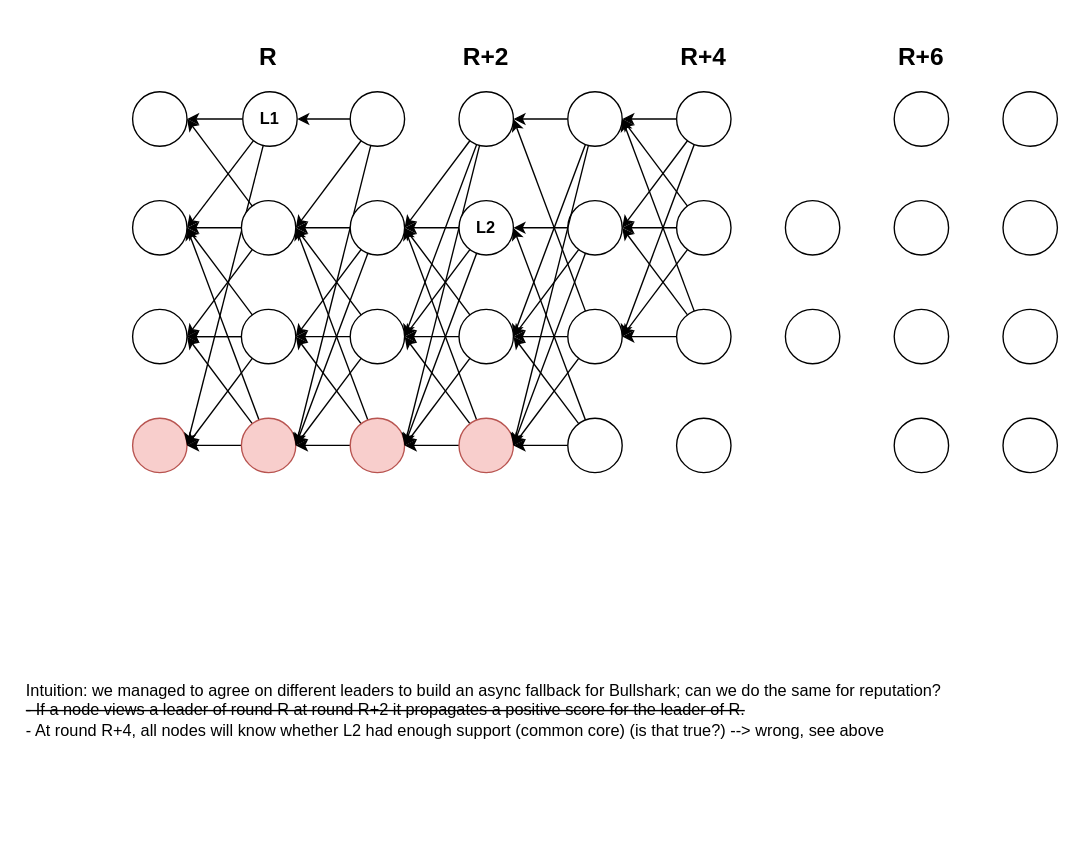
Above: dag.drawio in asonnino/various-diagrams (draw.io), before the change. Source tidied: cells renumbered, new cells numbered last; positions are measured from the earlier drawing's top-left corner, leaving out a move shared by most shapes. Both pictures are drawn from the tidied source at 136%, with x=0, y=0 at pixel (23, 37).
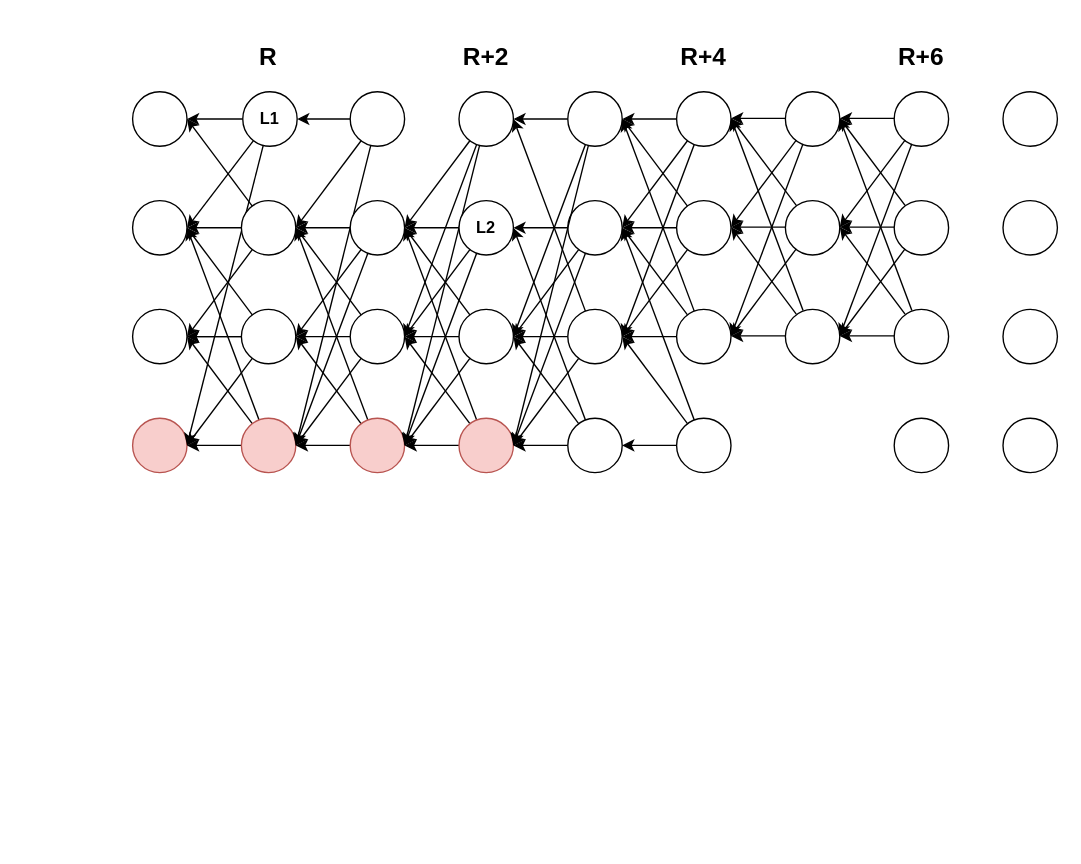
The same page after the edit.

Unchanged cells that the change refers to:
```xml
<mxCell id="46" value="&lt;b&gt;L2&lt;/b&gt;" style="ellipse;whiteSpace=wrap;html=1;" parent="1" vertex="1">
  <mxGeometry x="320" y="120" width="40" height="40" as="geometry" />
</mxCell>
<mxCell id="58" style="ellipse;whiteSpace=wrap;html=1;" parent="1" vertex="1">
  <mxGeometry x="400" y="120" width="40" height="40" as="geometry" />
</mxCell>
<mxCell id="62" style="ellipse;whiteSpace=wrap;html=1;" parent="1" vertex="1">
  <mxGeometry x="400" y="200" width="40" height="40" as="geometry" />
</mxCell>
<mxCell id="78" style="ellipse;whiteSpace=wrap;html=1;" parent="1" vertex="1">
  <mxGeometry x="400" y="280" width="40" height="40" as="geometry" />
</mxCell>
<mxCell id="85" style="ellipse;whiteSpace=wrap;html=1;" parent="1" vertex="1">
  <mxGeometry x="480" y="280" width="40" height="40" as="geometry" />
</mxCell>
```

What changed in the source:
```diff
@@
-    <mxCell id="55" style="edgeStyle=none;rounded=0;jettySize=auto;html=1;entryX=1;entryY=0.5;entryDx=0;entryDy=0;" parent="1" edge="1" source="58" target="46">
-      <mxGeometry relative="1" as="geometry" />
+    <mxCell id="55" style="edgeStyle=none;rounded=0;jettySize=auto;html=1;" parent="1" edge="1" source="58">
+      <mxGeometry relative="1" as="geometry">
+        <mxPoint x="360" y="140" as="targetPoint" />
+      </mxGeometry>
     </mxCell>
@@
-    <mxCell id="76" style="edgeStyle=none;rounded=0;jettySize=auto;html=1;entryX=1;entryY=0.5;entryDx=0;entryDy=0;" parent="1" edge="1" source="78" target="46">
-      <mxGeometry relative="1" as="geometry" />
+    <mxCell id="76" style="edgeStyle=none;rounded=0;jettySize=auto;html=1;" parent="1" edge="1" source="78">
+      <mxGeometry relative="1" as="geometry">
+        <mxPoint x="360" y="140" as="targetPoint" />
+      </mxGeometry>
     </mxCell>
@@
+    <mxCell id="99" style="edgeStyle=none;rounded=0;jettySize=auto;html=1;entryX=1;entryY=0.5;entryDx=0;entryDy=0;" parent="1" edge="1" source="85" target="58">
+      <mxGeometry relative="1" as="geometry" />
+    </mxCell>
+    <mxCell id="100" style="edgeStyle=none;rounded=0;jettySize=auto;html=1;entryX=1;entryY=0.5;entryDx=0;entryDy=0;" parent="1" edge="1" source="85" target="62">
+      <mxGeometry relative="1" as="geometry" />
+    </mxCell>
+    <mxCell id="101" style="edgeStyle=none;rounded=0;jettySize=auto;html=1;entryX=1;entryY=0.5;entryDx=0;entryDy=0;" parent="1" edge="1" source="85" target="78">
+      <mxGeometry relative="1" as="geometry" />
+    </mxCell>
@@
-    <mxCell id="97" value="Intuition: we managed to agree on different leaders to build an async fallback for Bullshark; can we do the same for reputation?&lt;br&gt;&lt;strike&gt;- If a node views a leader of round R at round R+2 it propagates a positive score for the leader of R.&lt;br&gt;&lt;/strike&gt;- At round R+4, all nodes will know whether L2 had enough support (common core) (is that true?) --&amp;gt; wrong, see above" style="text;html=1;strokeColor=none;fillColor=none;align=left;verticalAlign=middle;whiteSpace=wrap;rounded=0;" parent="1" vertex="1">
-      <mxGeometry y="400" width="720" height="190" as="geometry" />
-    </mxCell>
@@
+    <mxCell id="102" style="ellipse;whiteSpace=wrap;html=1;" parent="1" vertex="1">
+      <mxGeometry x="560" y="40" width="40" height="40" as="geometry" />
+    </mxCell>
+    <mxCell id="103" style="edgeStyle=none;rounded=0;orthogonalLoop=1;jettySize=auto;html=1;entryX=1;entryY=0.5;entryDx=0;entryDy=0;" parent="1" edge="1">
+      <mxGeometry relative="1" as="geometry">
+        <mxPoint x="568" y="123.5" as="sourcePoint" />
+        <mxPoint x="520" y="59.5" as="targetPoint" />
+      </mxGeometry>
+    </mxCell>
+    <mxCell id="104" style="edgeStyle=none;rounded=0;orthogonalLoop=1;jettySize=auto;html=1;" parent="1" edge="1">
+      <mxGeometry relative="1" as="geometry">
+        <mxPoint x="568" y="155.5" as="sourcePoint" />
+        <mxPoint x="520" y="219.5" as="targetPoint" />
+      </mxGeometry>
+    </mxCell>
+    <mxCell id="105" style="edgeStyle=none;rounded=0;orthogonalLoop=1;jettySize=auto;html=1;entryX=1;entryY=0.5;entryDx=0;entryDy=0;" parent="1" edge="1">
+      <mxGeometry relative="1" as="geometry">
+        <mxPoint x="560" y="139.5" as="sourcePoint" />
+        <mxPoint x="520" y="139.5" as="targetPoint" />
+      </mxGeometry>
+    </mxCell>
+    <mxCell id="106" style="edgeStyle=none;rounded=0;orthogonalLoop=1;jettySize=auto;html=1;entryX=1;entryY=0.5;entryDx=0;entryDy=0;" parent="1" edge="1">
+      <mxGeometry relative="1" as="geometry">
+        <mxPoint x="560" y="219.5" as="sourcePoint" />
+        <mxPoint x="520" y="219.5" as="targetPoint" />
+      </mxGeometry>
+    </mxCell>
+    <mxCell id="107" style="edgeStyle=none;rounded=0;orthogonalLoop=1;jettySize=auto;html=1;entryX=1;entryY=0.5;entryDx=0;entryDy=0;" parent="1" edge="1">
+      <mxGeometry relative="1" as="geometry">
+        <mxPoint x="568" y="203.5" as="sourcePoint" />
+        <mxPoint x="520" y="139.5" as="targetPoint" />
+      </mxGeometry>
+    </mxCell>
+    <mxCell id="108" style="edgeStyle=none;rounded=0;orthogonalLoop=1;jettySize=auto;html=1;entryX=1;entryY=0.5;entryDx=0;entryDy=0;" parent="1" edge="1">
+      <mxGeometry relative="1" as="geometry">
+        <mxPoint x="573" y="200.8" as="sourcePoint" />
+        <mxPoint x="520" y="59.5" as="targetPoint" />
+      </mxGeometry>
+    </mxCell>
+    <mxCell id="109" style="edgeStyle=none;rounded=0;orthogonalLoop=1;jettySize=auto;html=1;entryX=1;entryY=0.5;entryDx=0;entryDy=0;" parent="1" edge="1">
+      <mxGeometry relative="1" as="geometry">
+        <mxPoint x="560" y="59.5" as="sourcePoint" />
+        <mxPoint x="520" y="59.5" as="targetPoint" />
+      </mxGeometry>
+    </mxCell>
+    <mxCell id="110" style="edgeStyle=none;rounded=0;orthogonalLoop=1;jettySize=auto;html=1;entryX=1;entryY=0.5;entryDx=0;entryDy=0;" parent="1" edge="1">
+      <mxGeometry relative="1" as="geometry">
+        <mxPoint x="568" y="75.5" as="sourcePoint" />
+        <mxPoint x="520" y="139.5" as="targetPoint" />
+      </mxGeometry>
+    </mxCell>
+    <mxCell id="111" style="edgeStyle=none;rounded=0;orthogonalLoop=1;jettySize=auto;html=1;entryX=1;entryY=0.5;entryDx=0;entryDy=0;" parent="1" edge="1">
+      <mxGeometry relative="1" as="geometry">
+        <mxPoint x="573" y="78.2" as="sourcePoint" />
+        <mxPoint x="520" y="219.5" as="targetPoint" />
+      </mxGeometry>
+    </mxCell>
+    <mxCell id="112" style="edgeStyle=none;rounded=0;orthogonalLoop=1;jettySize=auto;html=1;entryX=1;entryY=0.5;entryDx=0;entryDy=0;" parent="1" edge="1">
+      <mxGeometry relative="1" as="geometry">
+        <mxPoint x="648" y="123.5" as="sourcePoint" />
+        <mxPoint x="600" y="59.5" as="targetPoint" />
+      </mxGeometry>
+    </mxCell>
+    <mxCell id="113" style="edgeStyle=none;rounded=0;orthogonalLoop=1;jettySize=auto;html=1;" parent="1" edge="1">
+      <mxGeometry relative="1" as="geometry">
+        <mxPoint x="648" y="155.5" as="sourcePoint" />
+        <mxPoint x="600" y="219.5" as="targetPoint" />
+      </mxGeometry>
+    </mxCell>
+    <mxCell id="114" style="edgeStyle=none;rounded=0;orthogonalLoop=1;jettySize=auto;html=1;entryX=1;entryY=0.5;entryDx=0;entryDy=0;" parent="1" edge="1">
+      <mxGeometry relative="1" as="geometry">
+        <mxPoint x="640" y="139.5" as="sourcePoint" />
+        <mxPoint x="600" y="139.5" as="targetPoint" />
+      </mxGeometry>
+    </mxCell>
+    <mxCell id="115" style="edgeStyle=none;rounded=0;orthogonalLoop=1;jettySize=auto;html=1;entryX=1;entryY=0.5;entryDx=0;entryDy=0;" parent="1" edge="1">
+      <mxGeometry relative="1" as="geometry">
+        <mxPoint x="640" y="219.5" as="sourcePoint" />
+        <mxPoint x="600" y="219.5" as="targetPoint" />
+      </mxGeometry>
+    </mxCell>
+    <mxCell id="116" style="edgeStyle=none;rounded=0;orthogonalLoop=1;jettySize=auto;html=1;entryX=1;entryY=0.5;entryDx=0;entryDy=0;" parent="1" edge="1">
+      <mxGeometry relative="1" as="geometry">
+        <mxPoint x="648" y="203.5" as="sourcePoint" />
+        <mxPoint x="600" y="139.5" as="targetPoint" />
+      </mxGeometry>
+    </mxCell>
+    <mxCell id="117" style="edgeStyle=none;rounded=0;orthogonalLoop=1;jettySize=auto;html=1;entryX=1;entryY=0.5;entryDx=0;entryDy=0;" parent="1" edge="1">
+      <mxGeometry relative="1" as="geometry">
+        <mxPoint x="653" y="200.8" as="sourcePoint" />
+        <mxPoint x="600" y="59.5" as="targetPoint" />
+      </mxGeometry>
+    </mxCell>
+    <mxCell id="118" style="edgeStyle=none;rounded=0;orthogonalLoop=1;jettySize=auto;html=1;entryX=1;entryY=0.5;entryDx=0;entryDy=0;" parent="1" edge="1">
+      <mxGeometry relative="1" as="geometry">
+        <mxPoint x="640" y="59.5" as="sourcePoint" />
+        <mxPoint x="600" y="59.5" as="targetPoint" />
+      </mxGeometry>
+    </mxCell>
+    <mxCell id="119" style="edgeStyle=none;rounded=0;orthogonalLoop=1;jettySize=auto;html=1;entryX=1;entryY=0.5;entryDx=0;entryDy=0;" parent="1" edge="1">
+      <mxGeometry relative="1" as="geometry">
+        <mxPoint x="648" y="75.5" as="sourcePoint" />
+        <mxPoint x="600" y="139.5" as="targetPoint" />
+      </mxGeometry>
+    </mxCell>
+    <mxCell id="120" style="edgeStyle=none;rounded=0;orthogonalLoop=1;jettySize=auto;html=1;entryX=1;entryY=0.5;entryDx=0;entryDy=0;" parent="1" edge="1">
+      <mxGeometry relative="1" as="geometry">
+        <mxPoint x="653" y="78.2" as="sourcePoint" />
+        <mxPoint x="600" y="219.5" as="targetPoint" />
+      </mxGeometry>
+    </mxCell>
```
